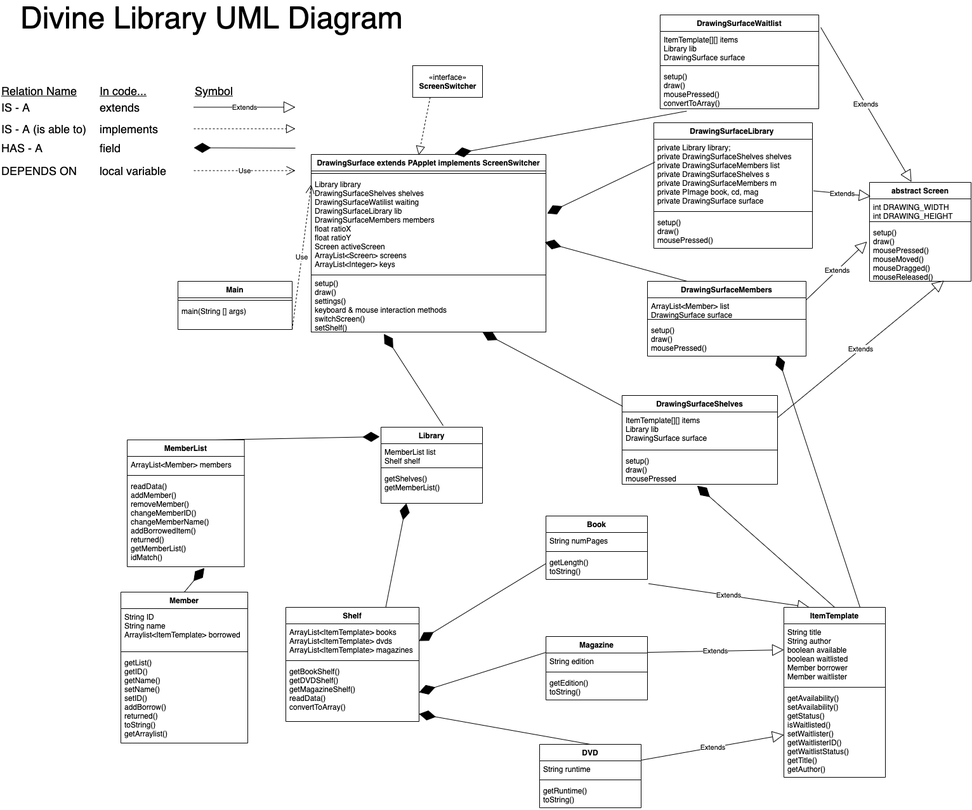
The draw.io diagram docs/P6_Group4_Final Project UML.png in HHSAPCompSci2020/capstone-project-divine-library, before a commit. Source tidied: cells renumbered, new cells last; positions are measured from the earlier drawing's top-left corner, leaving out a move shared by most shapes.
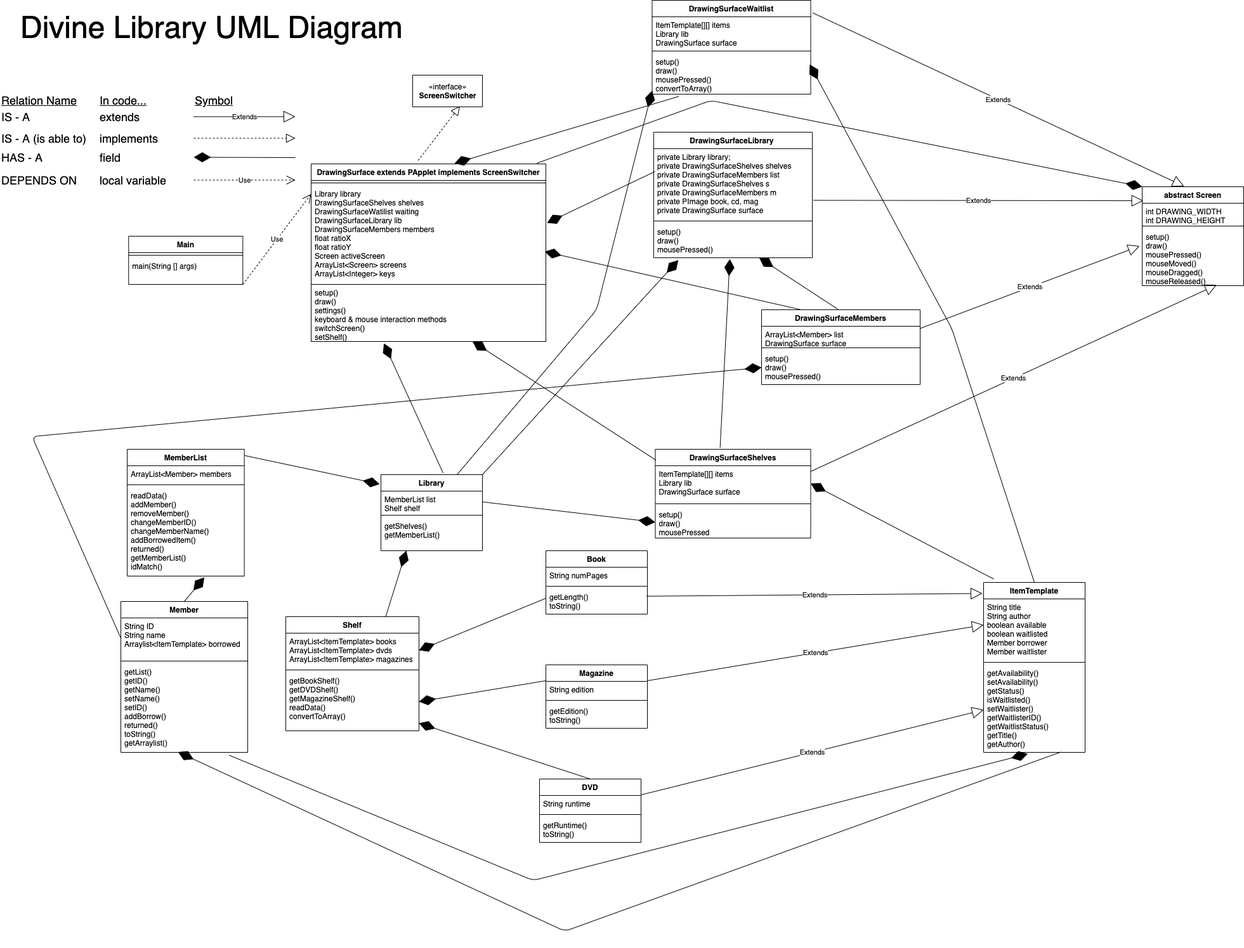
After the change.

The edit, as a diff of the source:
```diff
@@ -3,7 +3,7 @@
     <mxCell id="0" />
     <mxCell id="1" parent="0" />
     <mxCell id="2" value="Main" style="swimlane;fontStyle=1;align=center;verticalAlign=top;horizontal=1;startSize=26;" parent="1" vertex="1">
-      <mxGeometry x="280" y="430" width="180" height="76" as="geometry" />
+      <mxGeometry x="202.3" y="344" width="180" height="76" as="geometry" />
     </mxCell>
     <mxCell id="3" style="line;strokeWidth=1;fillColor=none;align=left;verticalAlign=middle;spacingTop=-1;spacingLeft=3;spacingRight=3;labelPosition=right;" parent="2" vertex="1">
       <mxGeometry y="26" width="180" height="8" as="geometry" />
@@ -101,7 +101,7 @@
     <mxCell id="30" value="Extends" style="endArrow=block;endSize=16;endFill=0;html=1;entryX=0;entryY=0.25;entryDx=0;entryDy=0;exitX=1;exitY=0.25;exitDx=0;exitDy=0;" parent="1" edge="1" source="65" target="61">
       <mxGeometry relative="1" as="geometry" />
     </mxCell>
-    <mxCell id="31" value="Extends" style="endArrow=block;endSize=16;endFill=0;html=1;exitX=1.01;exitY=1.167;exitDx=0;exitDy=0;exitPerimeter=0;entryX=0.25;entryY=0;entryDx=0;entryDy=0;" parent="1" edge="1" source="60" target="61">
+    <mxCell id="31" value="Extends" style="endArrow=block;endSize=16;endFill=0;html=1;exitX=0.993;exitY=0.293;exitDx=0;exitDy=0;exitPerimeter=0;entryX=-0.012;entryY=0.065;entryDx=0;entryDy=0;entryPerimeter=0;" parent="1" edge="1" source="60" target="61">
       <mxGeometry relative="1" as="geometry" />
     </mxCell>
     <mxCell id="32" value="DrawingSurface extends PApplet implements ScreenSwitcher" style="swimlane;fontStyle=1;align=center;verticalAlign=top;horizontal=1;startSize=26;" parent="1" vertex="1">
@@ -114,7 +114,7 @@
       <mxGeometry y="34" width="370" height="156" as="geometry" />
     </mxCell>
     <mxCell id="35" value="DrawingSurfaceMembers" style="swimlane;fontStyle=1;align=center;verticalAlign=top;horizontal=1;startSize=26;" parent="1" vertex="1">
-      <mxGeometry x="1020" y="430" width="250" height="118" as="geometry" />
+      <mxGeometry x="1200" y="460" width="250" height="118" as="geometry" />
     </mxCell>
     <mxCell id="36" value="ArrayList&lt;Member&gt; list&#10;DrawingSurface surface" style="text;strokeColor=none;fillColor=none;align=left;verticalAlign=top;spacingLeft=4;spacingRight=4;overflow=hidden;" parent="35" vertex="1">
       <mxGeometry y="26" width="250" height="30" as="geometry" />
@@ -126,7 +126,7 @@
       <mxGeometry y="64" width="250" height="54" as="geometry" />
     </mxCell>
     <mxCell id="39" value="DrawingSurfaceShelves" style="swimlane;fontStyle=1;align=center;verticalAlign=top;horizontal=1;startSize=26;" parent="1" vertex="1">
-      <mxGeometry x="980" y="610" width="245" height="140" as="geometry" />
+      <mxGeometry x="1032.5" y="680" width="245" height="140" as="geometry" />
     </mxCell>
     <mxCell id="40" value="ItemTemplate[][] items&#10;Library lib&#10;DrawingSurface surface" style="text;strokeColor=none;fillColor=none;align=left;verticalAlign=top;spacingLeft=4;spacingRight=4;overflow=hidden;points=[[0,0.5],[1,0.5]];portConstraint=eastwest;" parent="39" vertex="1">
       <mxGeometry y="26" width="245" height="56" as="geometry" />
@@ -137,14 +137,8 @@
     <mxCell id="42" value="setup()&#10;draw()&#10;mousePressed" style="text;strokeColor=none;fillColor=none;align=left;verticalAlign=top;spacingLeft=4;spacingRight=4;overflow=hidden;points=[[0,0.5],[1,0.5]];portConstraint=eastwest;" parent="39" vertex="1">
       <mxGeometry y="90" width="245" height="50" as="geometry" />
     </mxCell>
-    <mxCell id="43" style="endArrow=diamondThin;endFill=1;endSize=24;html=1;exitX=0.5;exitY=0;exitDx=0;exitDy=0;entryX=0.483;entryY=1.047;entryDx=0;entryDy=0;entryPerimeter=0;" parent="1" edge="1" source="61" target="42">
-      <mxGeometry relative="1" as="geometry" />
-    </mxCell>
-    <mxCell id="44" style="endArrow=diamondThin;endFill=1;endSize=24;html=1;exitX=0.75;exitY=0;exitDx=0;exitDy=0;entryX=0.82;entryY=0.977;entryDx=0;entryDy=0;entryPerimeter=0;" parent="1" edge="1" source="61" target="38">
-      <mxGeometry relative="1" as="geometry" />
-    </mxCell>
     <mxCell id="45" value="Library" style="swimlane;fontStyle=1;align=center;verticalAlign=top;horizontal=1;startSize=26;" parent="1" vertex="1">
-      <mxGeometry x="600" y="660" width="160" height="120" as="geometry" />
+      <mxGeometry x="600" y="720" width="160" height="120" as="geometry" />
     </mxCell>
     <mxCell id="46" value="MemberList list&#10;Shelf shelf" style="text;strokeColor=none;fillColor=none;align=left;verticalAlign=top;spacingLeft=4;spacingRight=4;overflow=hidden;points=[[0,0.5],[1,0.5]];portConstraint=eastwest;" parent="45" vertex="1">
       <mxGeometry y="26" width="160" height="34" as="geometry" />
@@ -180,7 +174,7 @@
       <mxGeometry y="88" width="210" height="92" as="geometry" />
     </mxCell>
     <mxCell id="57" value="Book" style="swimlane;fontStyle=1;align=center;verticalAlign=top;horizontal=1;startSize=26;" parent="1" vertex="1">
-      <mxGeometry x="860" y="800" width="160" height="100" as="geometry" />
+      <mxGeometry x="860" y="840" width="160" height="100" as="geometry" />
     </mxCell>
     <mxCell id="58" value="String numPages" style="text;strokeColor=none;fillColor=none;align=left;verticalAlign=top;spacingLeft=4;spacingRight=4;overflow=hidden;" parent="57" vertex="1">
       <mxGeometry y="26" width="160" height="26" as="geometry" />
@@ -192,7 +186,7 @@
       <mxGeometry y="60" width="160" height="40" as="geometry" />
     </mxCell>
     <mxCell id="61" value="ItemTemplate" style="swimlane;fontStyle=1;align=center;verticalAlign=top;horizontal=1;startSize=26;" parent="1" vertex="1">
-      <mxGeometry x="1235" y="944" width="160" height="268" as="geometry" />
+      <mxGeometry x="1550" y="890" width="160" height="268" as="geometry" />
     </mxCell>
     <mxCell id="62" value="String title&#10;String author&#10;boolean available&#10;boolean waitlisted&#10;Member borrower&#10;Member waitlister" style="text;strokeColor=none;fillColor=none;align=left;verticalAlign=top;spacingLeft=4;spacingRight=4;overflow=hidden;" parent="61" vertex="1">
       <mxGeometry y="26" width="160" height="96" as="geometry" />
@@ -204,7 +198,7 @@
       <mxGeometry y="130" width="160" height="138" as="geometry" />
     </mxCell>
     <mxCell id="65" value="Magazine" style="swimlane;fontStyle=1;align=center;verticalAlign=top;horizontal=1;startSize=26;" parent="1" vertex="1">
-      <mxGeometry x="860" y="990" width="160" height="100" as="geometry" />
+      <mxGeometry x="860" y="1020" width="160" height="100" as="geometry" />
     </mxCell>
     <mxCell id="66" value="String edition" style="text;strokeColor=none;fillColor=none;align=left;verticalAlign=top;spacingLeft=4;spacingRight=4;overflow=hidden;" parent="65" vertex="1">
       <mxGeometry y="26" width="160" height="26" as="geometry" />
@@ -216,7 +210,7 @@
       <mxGeometry y="60" width="160" height="40" as="geometry" />
     </mxCell>
     <mxCell id="69" value="DVD" style="swimlane;fontStyle=1;align=center;verticalAlign=top;horizontal=1;startSize=26;" parent="1" vertex="1">
-      <mxGeometry x="850" y="1160" width="160" height="100" as="geometry" />
+      <mxGeometry x="850" y="1200" width="160" height="100" as="geometry" />
     </mxCell>
     <mxCell id="70" value="String runtime" style="text;strokeColor=none;fillColor=none;align=left;verticalAlign=top;spacingLeft=4;spacingRight=4;overflow=hidden;" parent="69" vertex="1">
       <mxGeometry y="26" width="160" height="26" as="geometry" />
@@ -246,7 +240,7 @@
       <mxGeometry relative="1" as="geometry" />
     </mxCell>
     <mxCell id="79" value="DrawingSurfaceWaitlist" style="swimlane;fontStyle=1;align=center;verticalAlign=top;horizontal=1;startSize=26;" parent="1" vertex="1">
-      <mxGeometry x="1040" y="10" width="250" height="148" as="geometry" />
+      <mxGeometry x="1027.5" y="-28" width="250" height="148" as="geometry" />
     </mxCell>
     <mxCell id="80" value="ItemTemplate[][] items&#10;Library lib&#10;DrawingSurface surface" style="text;strokeColor=none;fillColor=none;align=left;verticalAlign=top;spacingLeft=4;spacingRight=4;overflow=hidden;" parent="79" vertex="1">
       <mxGeometry y="26" width="250" height="50" as="geometry" />
@@ -279,7 +273,7 @@
       <mxGeometry x="490" y="420" width="370" height="90" as="geometry" />
     </mxCell>
     <mxCell id="90" value="abstract Screen" style="swimlane;fontStyle=1;align=center;verticalAlign=top;horizontal=1;startSize=26;" parent="1" vertex="1">
-      <mxGeometry x="1370" y="274" width="160" height="156" as="geometry" />
+      <mxGeometry x="1800" y="266" width="160" height="156" as="geometry" />
     </mxCell>
     <mxCell id="91" value="int DRAWING_WIDTH&#10;int DRAWING_HEIGHT" style="text;strokeColor=none;fillColor=none;align=left;verticalAlign=top;spacingLeft=4;spacingRight=4;overflow=hidden;points=[[0,0.5],[1,0.5]];portConstraint=eastwest;" parent="90" vertex="1">
       <mxGeometry y="26" width="160" height="32" as="geometry" />
@@ -302,7 +296,7 @@
     <mxCell id="97" value="«interface»&lt;br&gt;&lt;b&gt;ScreenSwitcher&lt;/b&gt;" style="html=1;" parent="1" vertex="1">
       <mxGeometry x="650" y="90" width="110" height="50" as="geometry" />
     </mxCell>
-    <mxCell id="98" style="endArrow=block;dashed=1;endFill=0;endSize=12;html=1;entryX=0.458;entryY=0.006;entryDx=0;entryDy=0;entryPerimeter=0;exitX=0.25;exitY=1;exitDx=0;exitDy=0;" parent="1" edge="1" source="97" target="32">
+    <mxCell id="98" style="endArrow=block;dashed=1;endFill=0;endSize=12;html=1;entryX=0.678;entryY=0.977;entryDx=0;entryDy=0;entryPerimeter=0;exitX=0.456;exitY=-0.029;exitDx=0;exitDy=0;exitPerimeter=0;" parent="1" edge="1" source="32" target="97">
       <mxGeometry relative="1" as="geometry" />
     </mxCell>
     <mxCell id="99" value="Extends" style="endArrow=block;endSize=16;endFill=0;html=1;entryX=-0.025;entryY=0.305;entryDx=0;entryDy=0;entryPerimeter=0;exitX=1;exitY=0.25;exitDx=0;exitDy=0;" parent="1" edge="1" source="35" target="93">
@@ -311,5 +305,66 @@
     <mxCell id="100" style="rounded=0;whiteSpace=wrap;html=1;fillColor=none;gradientColor=none;align=left;" parent="1" vertex="1">
       <mxGeometry x="490" y="420" width="370" height="90" as="geometry" />
     </mxCell>
+    <mxCell id="101" style="endArrow=diamondThin;endFill=1;endSize=24;html=1;exitX=0.855;exitY=1.033;exitDx=0;exitDy=0;entryX=0.435;entryY=1.017;entryDx=0;entryDy=0;entryPerimeter=0;exitPerimeter=0;" parent="1" edge="1" source="52" target="64">
+      <mxGeometry relative="1" as="geometry">
+        <Array as="points">
+          <mxPoint x="840" y="1360" />
+        </Array>
+      </mxGeometry>
+    </mxCell>
+    <mxCell id="102" style="endArrow=diamondThin;endFill=1;endSize=24;html=1;exitX=0;exitY=0.5;exitDx=0;exitDy=0;entryX=0;entryY=0.5;entryDx=0;entryDy=0;" parent="1" edge="1" source="50" target="38">
+      <mxGeometry relative="1" as="geometry">
+        <Array as="points">
+          <mxPoint x="50" y="660" />
+        </Array>
+      </mxGeometry>
+    </mxCell>
+    <mxCell id="103" style="endArrow=diamondThin;endFill=1;endSize=24;html=1;exitX=0.417;exitY=-0.018;exitDx=0;exitDy=0;exitPerimeter=0;" parent="1" edge="1" source="39">
+      <mxGeometry relative="1" as="geometry">
+        <mxPoint x="1150" y="380" as="targetPoint" />
+      </mxGeometry>
+    </mxCell>
+    <mxCell id="104" style="endArrow=diamondThin;endFill=1;endSize=24;html=1;entryX=0.155;entryY=1.069;entryDx=0;entryDy=0;entryPerimeter=0;exitX=1;exitY=0;exitDx=0;exitDy=0;" parent="1" edge="1" source="45" target="86">
+      <mxGeometry relative="1" as="geometry" />
+    </mxCell>
+    <mxCell id="105" style="endArrow=diamondThin;endFill=1;endSize=24;html=1;" parent="1" edge="1" target="86">
+      <mxGeometry relative="1" as="geometry">
+        <mxPoint x="1320" y="459" as="sourcePoint" />
+      </mxGeometry>
+    </mxCell>
+    <mxCell id="106" style="endArrow=diamondThin;endFill=1;endSize=24;html=1;exitX=0.962;exitY=-0.006;exitDx=0;exitDy=0;entryX=0;entryY=0;entryDx=0;entryDy=0;exitPerimeter=0;" parent="1" edge="1" source="32" target="90">
+      <mxGeometry relative="1" as="geometry">
+        <Array as="points">
+          <mxPoint x="1120" y="130" />
+        </Array>
+      </mxGeometry>
+    </mxCell>
+    <mxCell id="107" style="endArrow=diamondThin;endFill=1;endSize=24;html=1;exitX=0.5;exitY=0;exitDx=0;exitDy=0;entryX=0.994;entryY=0.268;entryDx=0;entryDy=0;entryPerimeter=0;" parent="1" edge="1" source="61" target="82">
+      <mxGeometry relative="1" as="geometry">
+        <Array as="points">
+          <mxPoint x="1500" y="490" />
+        </Array>
+      </mxGeometry>
+    </mxCell>
+    <mxCell id="43" style="endArrow=diamondThin;endFill=1;endSize=24;html=1;exitX=0.1;exitY=-0.02;exitDx=0;exitDy=0;entryX=1;entryY=0.5;entryDx=0;entryDy=0;exitPerimeter=0;" parent="1" edge="1" source="61" target="40">
+      <mxGeometry relative="1" as="geometry" />
+    </mxCell>
+    <mxCell id="108" style="endArrow=diamondThin;endFill=1;endSize=24;html=1;exitX=1;exitY=0.5;exitDx=0;exitDy=0;entryX=0;entryY=0.5;entryDx=0;entryDy=0;" parent="1" edge="1" source="46" target="42">
+      <mxGeometry relative="1" as="geometry" />
+    </mxCell>
+    <mxCell id="109" style="endArrow=diamondThin;endFill=1;endSize=24;html=1;exitX=0.75;exitY=0;exitDx=0;exitDy=0;entryX=0;entryY=0.915;entryDx=0;entryDy=0;entryPerimeter=0;" parent="1" edge="1" source="45" target="82">
+      <mxGeometry relative="1" as="geometry">
+        <Array as="points">
+          <mxPoint x="940" y="460" />
+        </Array>
+      </mxGeometry>
+    </mxCell>
+    <mxCell id="110" style="endArrow=diamondThin;endFill=1;endSize=24;html=1;exitX=0.761;exitY=0.996;exitDx=0;exitDy=0;exitPerimeter=0;entryX=0.451;entryY=0.996;entryDx=0;entryDy=0;entryPerimeter=0;" parent="1" edge="1" source="64" target="52">
+      <mxGeometry relative="1" as="geometry">
+        <Array as="points">
+          <mxPoint x="890" y="1440" />
+        </Array>
+      </mxGeometry>
+    </mxCell>
   </root>
 </mxGraphModel>
```
